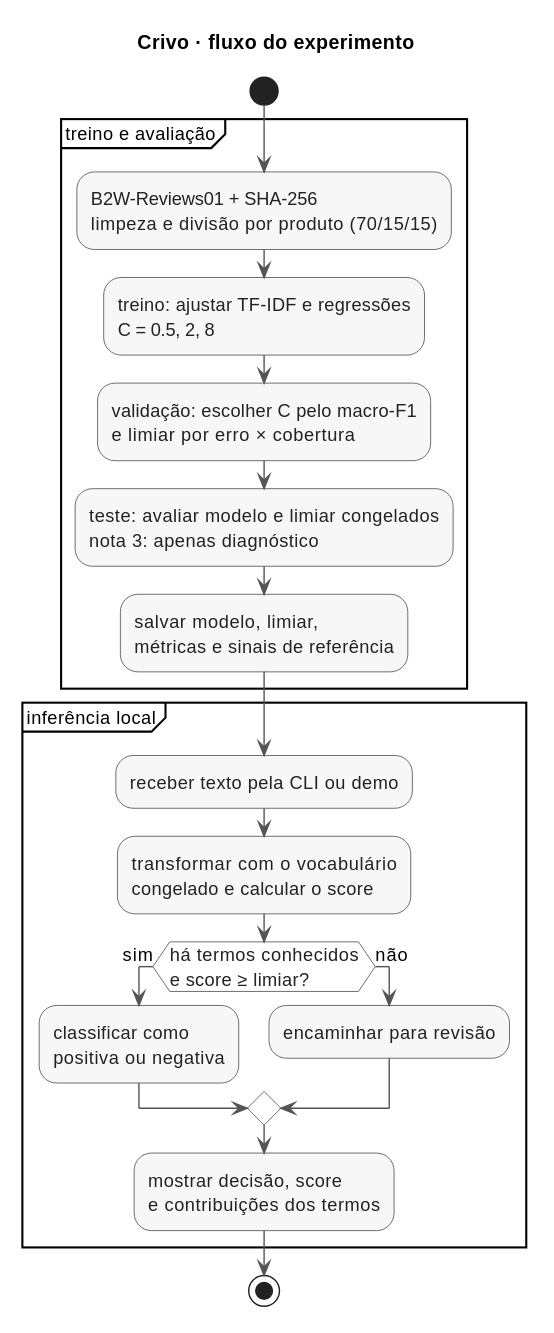
oyogi/crivo keeps this PlantUML diagram as docs/architecture.svg. Above is the earlier version. The source it was exported from:
```plantuml
@startuml
title Crivo · fluxo do experimento
skinparam monochrome true
skinparam shadowing false
skinparam defaultFontName SansSerif
skinparam defaultFontSize 13
skinparam activity {
  BackgroundColor #F7F7F7
  BorderColor #333333
  FontColor #222222
  DiamondBackgroundColor #FFFFFF
  DiamondBorderColor #333333
}
skinparam ArrowColor #555555
start
partition "treino e avaliação" {
  :B2W-Reviews01 + SHA-256\nlimpeza e divisão por produto (70/15/15);
  :treino: ajustar TF-IDF e regressões\nC = 0.5, 2, 8;
  :validação: escolher C pelo macro-F1\ne limiar por erro × cobertura;
  :teste: avaliar modelo e limiar congelados\nnota 3: apenas diagnóstico;
  :salvar modelo, limiar,\nmétricas e sinais de referência;
}

partition "inferência local" {
  :receber texto pela CLI ou demo;
  :transformar com o vocabulário\ncongelado e calcular o score;
  if (há termos conhecidos\ne score ≥ limiar?) then (sim)
    :classificar como\npositiva ou negativa;
  else (não)
    :encaminhar para revisão;
  endif
  :mostrar decisão, score\ne contribuições dos termos;
}
stop
@enduml
```
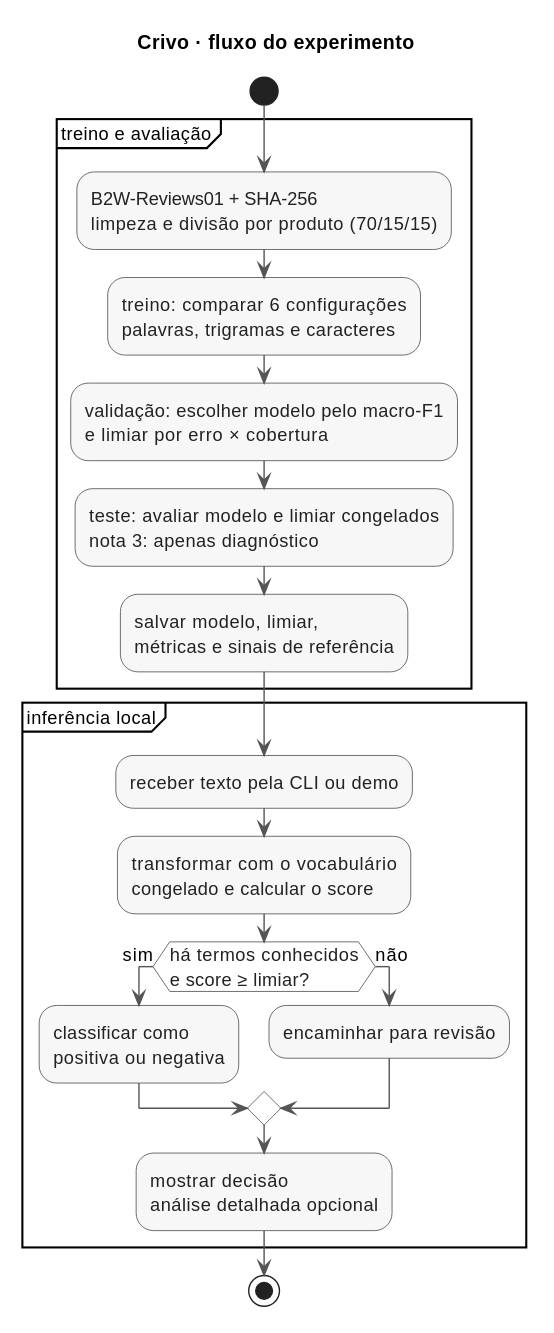
The same diagram one commit later.

Diff of the diagram source:
```diff
@@ -15,8 +15,8 @@
 start
 partition "treino e avaliação" {
   :B2W-Reviews01 + SHA-256\nlimpeza e divisão por produto (70/15/15);
-  :treino: ajustar TF-IDF e regressões\nC = 0.5, 2, 8;
-  :validação: escolher C pelo macro-F1\ne limiar por erro × cobertura;
+  :treino: comparar 6 configurações\npalavras, trigramas e caracteres;
+  :validação: escolher modelo pelo macro-F1\ne limiar por erro × cobertura;
   :teste: avaliar modelo e limiar congelados\nnota 3: apenas diagnóstico;
   :salvar modelo, limiar,\nmétricas e sinais de referência;
 }
@@ -29,7 +29,7 @@
   else (não)
     :encaminhar para revisão;
   endif
-  :mostrar decisão, score\ne contribuições dos termos;
+  :mostrar decisão\nanálise detalhada opcional;
 }
 stop
 @enduml
```
